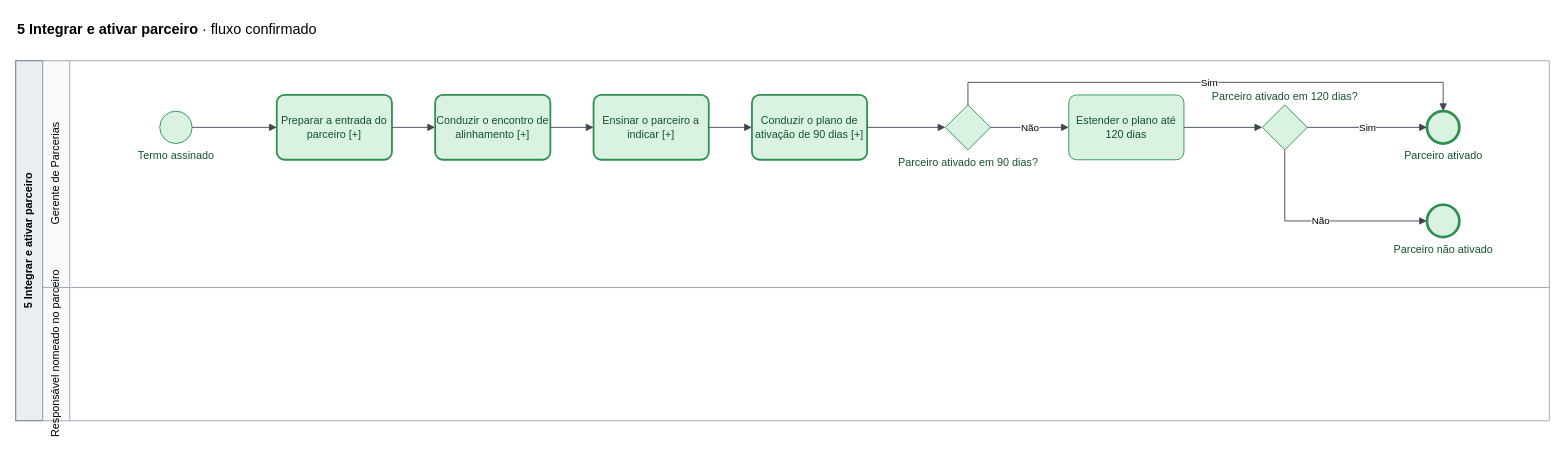
Above: page "5 Integrar e ativar parceiro" (10 of 23) of mapeamentos/wise-partners-to-be/saidas/mapa.drawio in Guilherme-MFaccin/Wise-Partners (draw.io), before the change. Source tidied: cells renumbered, new cells numbered last; positions are measured from the earlier drawing's top-left corner, leaving out a move shared by most shapes. Both pictures are drawn from the tidied source at 90%, with x=0, y=0 at pixel (15, 15).
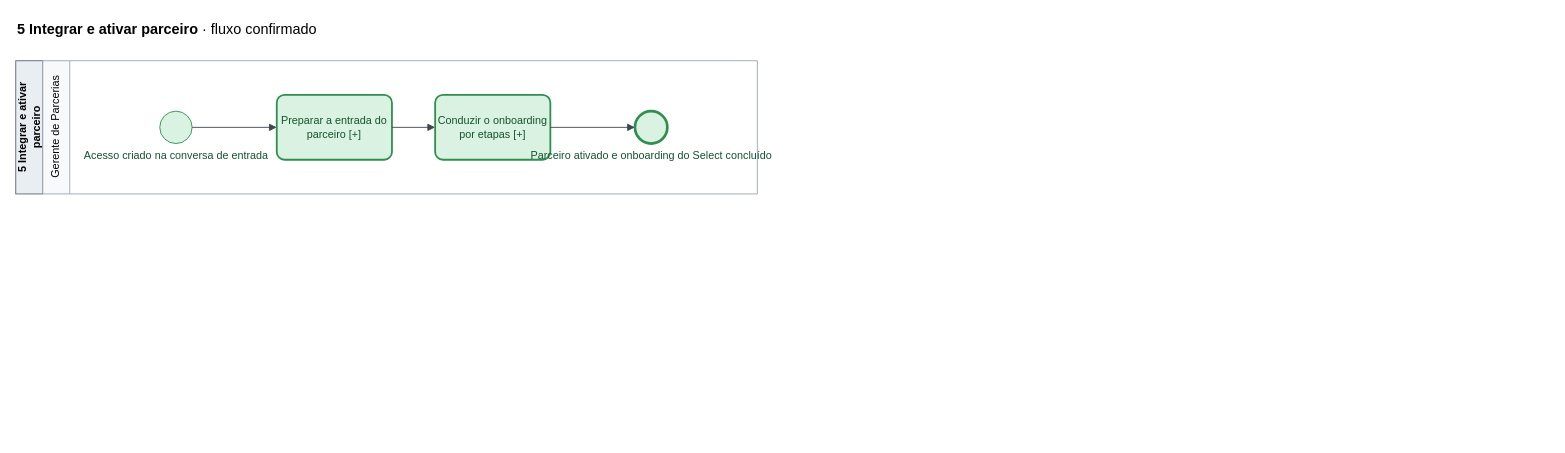
Above is the later version.

Unchanged cells that the change refers to:
```xml
<mxCell id="7" value="Preparar a entrada do parceiro [+]" style="rounded=1;whiteSpace=wrap;html=1;arcSize=12;strokeWidth=2;fillColor=#D9F2E1;strokeColor=#2F8F4E;fontColor=#14532D;" parent="1" vertex="1">
  <mxGeometry x="290" y="88" width="128" height="72" as="geometry" />
</mxCell>
```

The edit, as a diff of the source:
```diff
@@
     <mxCell id="3" value="5 Integrar e ativar parceiro" style="rounded=0;whiteSpace=wrap;html=1;horizontal=0;fillColor=#E9EEF3;strokeColor=#5B6670;fontStyle=1;" parent="1" vertex="1">
-      <mxGeometry y="50" width="30" height="400" as="geometry" />
+      <mxGeometry y="50" width="30" height="148" as="geometry" />
     </mxCell>
     <mxCell id="4" value="Gerente de Parcerias" style="swimlane;horizontal=0;startSize=30;html=1;fillColor=#F7F9FB;swimlaneFillColor=#FFFFFF;strokeColor=#9AA5B1;fontStyle=0;" parent="1" vertex="1">
-      <mxGeometry x="30" y="50" width="1674" height="252" as="geometry" />
+      <mxGeometry x="30" y="50" width="794" height="148" as="geometry" />
     </mxCell>
-    <mxCell id="5" value="Responsável nomeado no parceiro" style="swimlane;horizontal=0;startSize=30;html=1;fillColor=#F7F9FB;swimlaneFillColor=#FFFFFF;strokeColor=#9AA5B1;fontStyle=0;" parent="1" vertex="1">
-      <mxGeometry x="30" y="302" width="1674" height="148" as="geometry" />
-    </mxCell>
-    <mxCell id="6" value="Termo assinado" style="ellipse;html=1;fillColor=#D9F2E1;strokeColor=#2F8F4E;fontColor=#14532D;verticalLabelPosition=bottom;verticalAlign=top;labelPosition=center;align=center;" parent="1" vertex="1">
+    <mxCell id="6" value="Acesso criado na conversa de entrada" style="ellipse;html=1;fillColor=#D9F2E1;strokeColor=#2F8F4E;fontColor=#14532D;verticalLabelPosition=bottom;verticalAlign=top;labelPosition=center;align=center;" parent="1" vertex="1">
       <mxGeometry x="160" y="106" width="36" height="36" as="geometry" />
     </mxCell>
@@
-    <mxCell id="8" value="Conduzir o encontro de alinhamento [+]" style="rounded=1;whiteSpace=wrap;html=1;arcSize=12;strokeWidth=2;fillColor=#D9F2E1;strokeColor=#2F8F4E;fontColor=#14532D;" parent="1" vertex="1">
+    <mxCell id="8" value="Conduzir o onboarding por etapas [+]" style="rounded=1;whiteSpace=wrap;html=1;arcSize=12;strokeWidth=2;fillColor=#D9F2E1;strokeColor=#2F8F4E;fontColor=#14532D;" parent="1" vertex="1">
       <mxGeometry x="466" y="88" width="128" height="72" as="geometry" />
     </mxCell>
-    <mxCell id="9" value="Ensinar o parceiro a indicar [+]" style="rounded=1;whiteSpace=wrap;html=1;arcSize=12;strokeWidth=2;fillColor=#D9F2E1;strokeColor=#2F8F4E;fontColor=#14532D;" parent="1" vertex="1">
-      <mxGeometry x="642" y="88" width="128" height="72" as="geometry" />
-    </mxCell>
-    <mxCell id="10" value="Conduzir o plano de ativação de 90 dias [+]" style="rounded=1;whiteSpace=wrap;html=1;arcSize=12;strokeWidth=2;fillColor=#D9F2E1;strokeColor=#2F8F4E;fontColor=#14532D;" parent="1" vertex="1">
-      <mxGeometry x="818" y="88" width="128" height="72" as="geometry" />
-    </mxCell>
-    <mxCell id="11" value="Parceiro ativado em 90 dias?" style="rhombus;html=1;fillColor=#D9F2E1;strokeColor=#2F8F4E;fontColor=#14532D;verticalLabelPosition=bottom;verticalAlign=top;labelPosition=center;align=center;" parent="1" vertex="1">
-      <mxGeometry x="1033" y="99" width="50" height="50" as="geometry" />
-    </mxCell>
-    <mxCell id="12" value="Estender o plano até 120 dias" style="rounded=1;whiteSpace=wrap;html=1;arcSize=12;fillColor=#D9F2E1;strokeColor=#2F8F4E;fontColor=#14532D;" parent="1" vertex="1">
-      <mxGeometry x="1170" y="88" width="128" height="72" as="geometry" />
-    </mxCell>
-    <mxCell id="13" value="Parceiro ativado em 120 dias?" style="rhombus;html=1;fillColor=#D9F2E1;strokeColor=#2F8F4E;fontColor=#14532D;verticalLabelPosition=top;verticalAlign=bottom;labelPosition=center;align=center;" parent="1" vertex="1">
-      <mxGeometry x="1385" y="99" width="50" height="50" as="geometry" />
-    </mxCell>
-    <mxCell id="14" value="Parceiro ativado" style="ellipse;html=1;strokeWidth=3;fillColor=#D9F2E1;strokeColor=#2F8F4E;fontColor=#14532D;verticalLabelPosition=bottom;verticalAlign=top;labelPosition=center;align=center;" parent="1" vertex="1">
-      <mxGeometry x="1568" y="106" width="36" height="36" as="geometry" />
+    <mxCell id="14" value="Parceiro ativado e onboarding do Select concluído" style="ellipse;html=1;strokeWidth=3;fillColor=#D9F2E1;strokeColor=#2F8F4E;fontColor=#14532D;verticalLabelPosition=bottom;verticalAlign=top;labelPosition=center;align=center;" parent="1" vertex="1">
+      <mxGeometry x="688" y="106" width="36" height="36" as="geometry" />
     </mxCell>
-    <mxCell id="15" value="Parceiro não ativado" style="ellipse;html=1;strokeWidth=3;fillColor=#D9F2E1;strokeColor=#2F8F4E;fontColor=#14532D;verticalLabelPosition=bottom;verticalAlign=top;labelPosition=center;align=center;" parent="1" vertex="1">
-      <mxGeometry x="1568" y="210" width="36" height="36" as="geometry" />
-    </mxCell>
+    <mxCell id="5" style="edgeStyle=orthogonalEdgeStyle;rounded=0;html=1;endArrow=block;endFill=1;strokeColor=#3F4650;" parent="1" edge="1" source="6" target="7">
+      <mxGeometry relative="1" as="geometry" />
+    </mxCell>
-    <mxCell id="16" style="edgeStyle=orthogonalEdgeStyle;rounded=0;html=1;endArrow=block;endFill=1;strokeColor=#3F4650;" parent="1" edge="1" source="6" target="7">
+    <mxCell id="16" style="edgeStyle=orthogonalEdgeStyle;rounded=0;html=1;endArrow=block;endFill=1;strokeColor=#3F4650;" parent="1" edge="1" source="7" target="8">
       <mxGeometry relative="1" as="geometry" />
     </mxCell>
-    <mxCell id="17" style="edgeStyle=orthogonalEdgeStyle;rounded=0;html=1;endArrow=block;endFill=1;strokeColor=#3F4650;" parent="1" edge="1" source="7" target="8">
+    <mxCell id="17" style="edgeStyle=orthogonalEdgeStyle;rounded=0;html=1;endArrow=block;endFill=1;strokeColor=#3F4650;" parent="1" edge="1" source="8" target="14">
       <mxGeometry relative="1" as="geometry" />
     </mxCell>
-    <mxCell id="18" style="edgeStyle=orthogonalEdgeStyle;rounded=0;html=1;endArrow=block;endFill=1;strokeColor=#3F4650;" parent="1" edge="1" source="8" target="9">
-      <mxGeometry relative="1" as="geometry" />
-    </mxCell>
-    <mxCell id="19" value="Sim" style="edgeStyle=orthogonalEdgeStyle;rounded=0;html=1;endArrow=block;endFill=1;strokeColor=#3F4650;" parent="1" edge="1" source="11" target="14">
-      <mxGeometry relative="1" as="geometry">
-        <Array as="points">
-          <mxPoint x="1058" y="74" />
-          <mxPoint x="1586" y="74" />
-        </Array>
-      </mxGeometry>
-    </mxCell>
-    <mxCell id="20" value="Não" style="edgeStyle=orthogonalEdgeStyle;rounded=0;html=1;endArrow=block;endFill=1;strokeColor=#3F4650;" parent="1" edge="1" source="11" target="12">
-      <mxGeometry relative="1" as="geometry" />
-    </mxCell>
-    <mxCell id="21" style="edgeStyle=orthogonalEdgeStyle;rounded=0;html=1;endArrow=block;endFill=1;strokeColor=#3F4650;" parent="1" edge="1" source="12" target="13">
-      <mxGeometry relative="1" as="geometry" />
-    </mxCell>
-    <mxCell id="22" value="Sim" style="edgeStyle=orthogonalEdgeStyle;rounded=0;html=1;endArrow=block;endFill=1;strokeColor=#3F4650;" parent="1" edge="1" source="13" target="14">
-      <mxGeometry relative="1" as="geometry" />
-    </mxCell>
-    <mxCell id="23" value="Não" style="edgeStyle=orthogonalEdgeStyle;rounded=0;html=1;endArrow=block;endFill=1;strokeColor=#3F4650;" parent="1" edge="1" source="13" target="15">
-      <mxGeometry relative="1" as="geometry">
-        <Array as="points">
-          <mxPoint x="1410" y="228" />
-        </Array>
-      </mxGeometry>
-    </mxCell>
-    <mxCell id="24" style="edgeStyle=orthogonalEdgeStyle;rounded=0;html=1;endArrow=block;endFill=1;strokeColor=#3F4650;" parent="1" edge="1" source="9" target="10">
-      <mxGeometry relative="1" as="geometry" />
-    </mxCell>
-    <mxCell id="25" style="edgeStyle=orthogonalEdgeStyle;rounded=0;html=1;endArrow=block;endFill=1;strokeColor=#3F4650;" parent="1" edge="1" source="10" target="11">
-      <mxGeometry relative="1" as="geometry" />
-    </mxCell>
```
